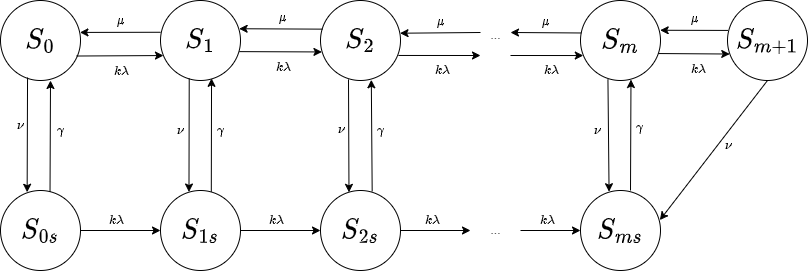
Above: Lab5/graf.png in Zidbrain/KIS (draw.io), before the change. Source tidied: cells renumbered, new cells last; positions are measured from the earlier drawing's top-left corner, leaving out a move shared by most shapes.
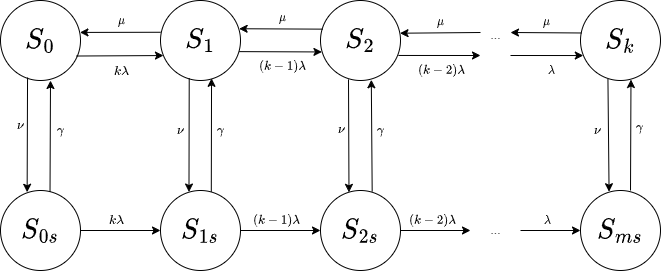
Later version of the same file.

What changed in the source:
```diff
@@ -11,12 +11,9 @@
     <mxCell id="4" value="&lt;font style=&quot;font-size: 24px;&quot;&gt;$$S_2$$&lt;/font&gt;" style="ellipse;whiteSpace=wrap;html=1;" parent="1" vertex="1">
       <mxGeometry x="320" width="80" height="80" as="geometry" />
     </mxCell>
-    <mxCell id="5" value="&lt;font style=&quot;font-size: 24px;&quot;&gt;$$S_m$$&lt;/font&gt;" style="ellipse;whiteSpace=wrap;html=1;" parent="1" vertex="1">
+    <mxCell id="5" value="&lt;font style=&quot;font-size: 24px;&quot;&gt;$$S_k$$&lt;/font&gt;" style="ellipse;whiteSpace=wrap;html=1;" parent="1" vertex="1">
       <mxGeometry x="580" width="80" height="80" as="geometry" />
     </mxCell>
-    <mxCell id="6" value="&lt;font style=&quot;font-size: 24px;&quot;&gt;$$S_{m+1}$$&lt;/font&gt;" style="ellipse;whiteSpace=wrap;html=1;" parent="1" vertex="1">
-      <mxGeometry x="727" width="80" height="80" as="geometry" />
-    </mxCell>
     <mxCell id="7" value="&lt;font style=&quot;font-size: 24px;&quot;&gt;$$S_{0s}$$&lt;/font&gt;" style="ellipse;whiteSpace=wrap;html=1;" parent="1" vertex="1">
       <mxGeometry y="190" width="80" height="80" as="geometry" />
     </mxCell>
@@ -102,7 +99,7 @@
     <mxCell id="29" style="endArrow=classic;html=1;rounded=0;exitX=1;exitY=0.5;exitDx=0;exitDy=0;entryX=0;entryY=0.5;entryDx=0;entryDy=0;" parent="1" edge="1" source="8" target="9">
       <mxGeometry relative="1" as="geometry" />
     </mxCell>
-    <mxCell id="30" value="$$k\lambda$$" style="edgeLabel;html=1;align=center;verticalAlign=middle;fontColor=default;labelBackgroundColor=none;" parent="29" vertex="1">
+    <mxCell id="30" value="$$(k-1)\lambda$$" style="edgeLabel;html=1;align=center;verticalAlign=middle;fontColor=default;labelBackgroundColor=none;" parent="29" vertex="1">
       <mxGeometry x="-0.1" relative="1" as="geometry">
         <mxPoint y="-10" as="offset" />
       </mxGeometry>
@@ -112,7 +109,7 @@
         <mxPoint x="470" y="230" as="targetPoint" />
       </mxGeometry>
     </mxCell>
-    <mxCell id="32" value="$$k\lambda$$" style="edgeLabel;html=1;align=center;verticalAlign=middle;fontColor=default;labelBackgroundColor=none;" parent="31" vertex="1">
+    <mxCell id="32" value="$$(k-2)\lambda$$" style="edgeLabel;html=1;align=center;verticalAlign=middle;fontColor=default;labelBackgroundColor=none;" parent="31" vertex="1">
       <mxGeometry x="-0.1" relative="1" as="geometry">
         <mxPoint y="-10" as="offset" />
       </mxGeometry>
@@ -122,7 +119,7 @@
         <mxPoint x="520" y="230" as="sourcePoint" />
       </mxGeometry>
     </mxCell>
-    <mxCell id="34" value="$$k\lambda$$" style="edgeLabel;html=1;align=center;verticalAlign=middle;fontColor=default;labelBackgroundColor=none;" parent="33" vertex="1">
+    <mxCell id="34" value="$$\lambda$$" style="edgeLabel;html=1;align=center;verticalAlign=middle;fontColor=default;labelBackgroundColor=none;" parent="33" vertex="1">
       <mxGeometry x="-0.1" relative="1" as="geometry">
         <mxPoint y="-10" as="offset" />
       </mxGeometry>
@@ -133,14 +130,6 @@
     <mxCell id="36" value="..." style="text;html=1;align=center;verticalAlign=middle;strokeColor=none;fillColor=none;" parent="1" vertex="1">
       <mxGeometry x="480" y="20" width="30" height="30" as="geometry" />
     </mxCell>
-    <mxCell id="37" style="endArrow=classic;html=1;rounded=0;exitX=0.5;exitY=1;exitDx=0;exitDy=0;entryX=0.992;entryY=0.37;entryDx=0;entryDy=0;entryPerimeter=0;" parent="1" edge="1" source="6" target="10">
-      <mxGeometry relative="1" as="geometry" />
-    </mxCell>
-    <mxCell id="38" value="$$\nu$$" style="edgeLabel;html=1;align=center;verticalAlign=middle;labelBackgroundColor=none;" parent="37" vertex="1">
-      <mxGeometry x="-0.15" relative="1" as="geometry">
-        <mxPoint x="6" y="5" as="offset" />
-      </mxGeometry>
-    </mxCell>
     <mxCell id="39" style="endArrow=classic;html=1;rounded=0;exitX=0.951;exitY=0.694;exitDx=0;exitDy=0;exitPerimeter=0;entryX=0.037;entryY=0.688;entryDx=0;entryDy=0;entryPerimeter=0;" parent="1" edge="1" source="2" target="3">
       <mxGeometry relative="1" as="geometry" />
     </mxCell>
@@ -160,7 +149,7 @@
     <mxCell id="43" style="endArrow=classic;html=1;rounded=0;exitX=0.984;exitY=0.639;exitDx=0;exitDy=0;exitPerimeter=0;entryX=0.018;entryY=0.643;entryDx=0;entryDy=0;entryPerimeter=0;" parent="1" edge="1" source="3" target="4">
       <mxGeometry relative="1" as="geometry" />
     </mxCell>
-    <mxCell id="44" value="$$k\lambda$$" style="edgeLabel;html=1;align=center;verticalAlign=middle;labelBackgroundColor=none;" parent="43" vertex="1">
+    <mxCell id="44" value="$$(k-1)\lambda$$" style="edgeLabel;html=1;align=center;verticalAlign=middle;labelBackgroundColor=none;" parent="43" vertex="1">
       <mxGeometry x="-0.46" y="-1" relative="1" as="geometry">
         <mxPoint x="21" y="14" as="offset" />
       </mxGeometry>
@@ -178,7 +167,7 @@
         <mxPoint x="480" y="55" as="targetPoint" />
       </mxGeometry>
     </mxCell>
-    <mxCell id="48" value="$$k\lambda$$" style="edgeLabel;html=1;align=center;verticalAlign=middle;labelBackgroundColor=none;" parent="47" vertex="1">
+    <mxCell id="48" value="$$(k-2)\lambda$$" style="edgeLabel;html=1;align=center;verticalAlign=middle;labelBackgroundColor=none;" parent="47" vertex="1">
       <mxGeometry x="-0.46" y="-1" relative="1" as="geometry">
         <mxPoint x="21" y="14" as="offset" />
       </mxGeometry>
@@ -198,7 +187,7 @@
         <mxPoint x="510" y="55" as="sourcePoint" />
       </mxGeometry>
     </mxCell>
-    <mxCell id="52" value="$$k\lambda$$" style="edgeLabel;html=1;align=center;verticalAlign=middle;labelBackgroundColor=none;" parent="51" vertex="1">
+    <mxCell id="52" value="$$\lambda$$" style="edgeLabel;html=1;align=center;verticalAlign=middle;labelBackgroundColor=none;" parent="51" vertex="1">
       <mxGeometry x="-0.46" y="-1" relative="1" as="geometry">
         <mxPoint x="21" y="14" as="offset" />
       </mxGeometry>
@@ -213,21 +202,5 @@
         <mxPoint x="-5" y="-12" as="offset" />
       </mxGeometry>
     </mxCell>
-    <mxCell id="55" style="endArrow=classic;html=1;rounded=0;exitX=0.972;exitY=0.663;exitDx=0;exitDy=0;exitPerimeter=0;entryX=0.028;entryY=0.669;entryDx=0;entryDy=0;entryPerimeter=0;" parent="1" edge="1" source="5" target="6">
-      <mxGeometry relative="1" as="geometry" />
-    </mxCell>
-    <mxCell id="56" value="$$k\lambda$$" style="edgeLabel;html=1;align=center;verticalAlign=middle;labelBackgroundColor=none;" parent="55" vertex="1">
-      <mxGeometry x="-0.46" y="-1" relative="1" as="geometry">
-        <mxPoint x="21" y="14" as="offset" />
-      </mxGeometry>
-    </mxCell>
-    <mxCell id="57" style="endArrow=classic;html=1;rounded=0;exitX=0.006;exitY=0.374;exitDx=0;exitDy=0;exitPerimeter=0;entryX=0.996;entryY=0.372;entryDx=0;entryDy=0;entryPerimeter=0;" parent="1" edge="1" source="6" target="5">
-      <mxGeometry relative="1" as="geometry" />
-    </mxCell>
-    <mxCell id="58" value="$$\mu$$" style="edgeLabel;html=1;align=center;verticalAlign=middle;labelBackgroundColor=none;" parent="57" vertex="1">
-      <mxGeometry x="-0.14" relative="1" as="geometry">
-        <mxPoint x="-5" y="-12" as="offset" />
-      </mxGeometry>
-    </mxCell>
   </root>
 </mxGraphModel>
```
